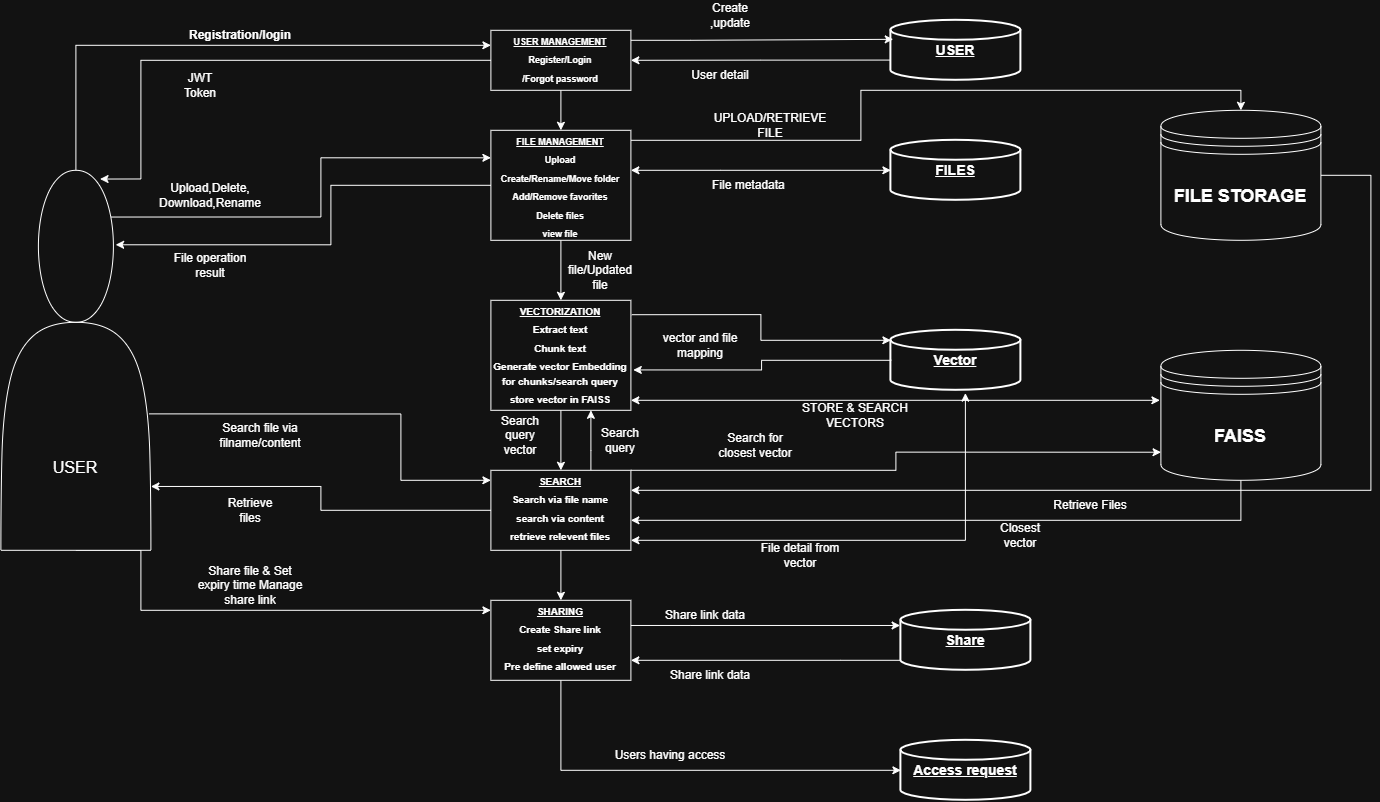
The draw.io diagram Diagrams/DFD.drawio.png in dhruvadrks/FILE_MANAGEMENT, before a commit. Source tidied: cells renumbered, new cells last; positions are measured from the earlier drawing's top-left corner, leaving out a move shared by most shapes.
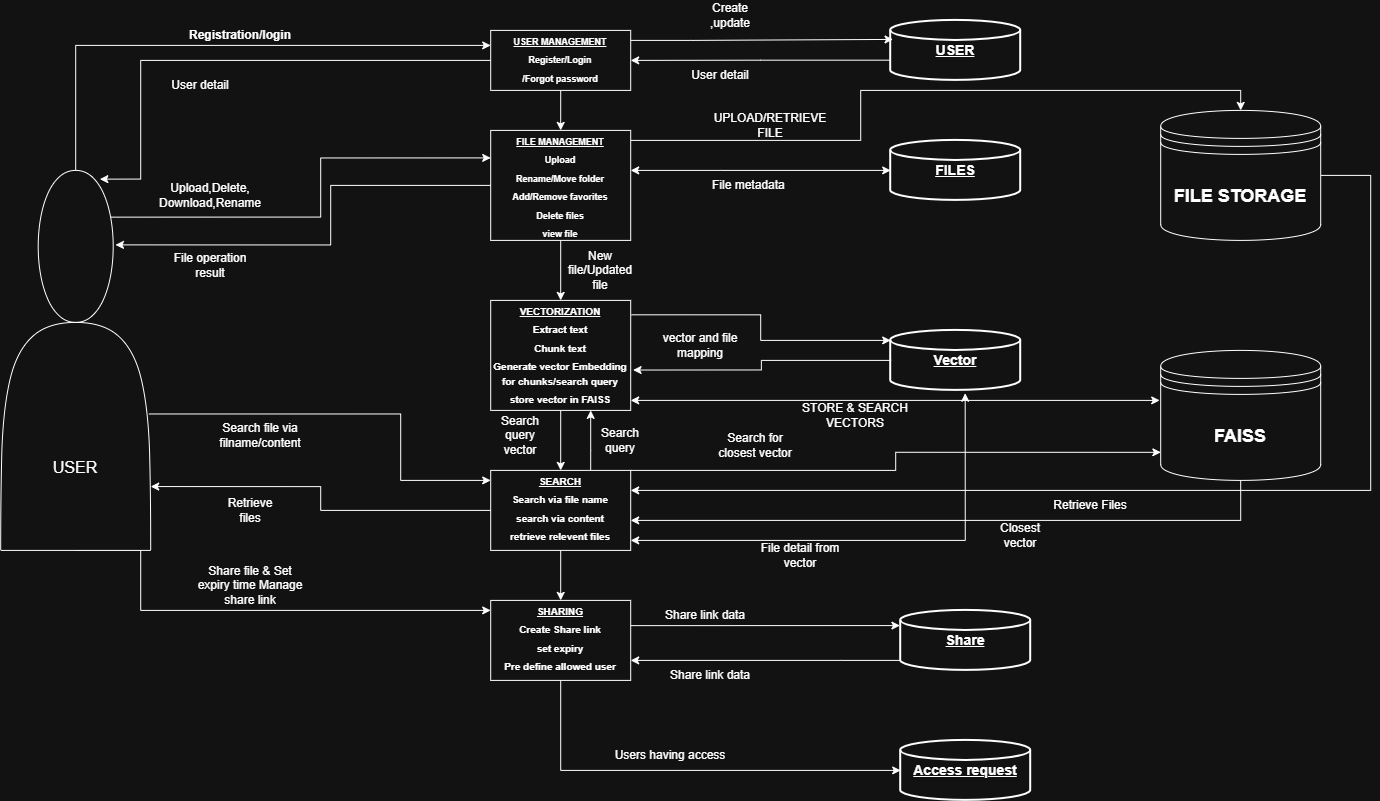
Later version of the same file.

Change to the diagram source:
```diff
@@ -20,7 +20,7 @@
         </Array>
       </mxGeometry>
     </mxCell>
-    <mxCell id="6" value="&lt;p style=&quot;margin:0px;margin-top:4px;text-align:center;&quot;&gt;&lt;b&gt;&lt;font style=&quot;font-size: 9px;&quot;&gt;&lt;u&gt;FILE MANAGEMENT&lt;/u&gt;&lt;/font&gt;&lt;/b&gt;&lt;/p&gt;&lt;p style=&quot;margin:0px;margin-top:4px;text-align:center;&quot;&gt;&lt;b&gt;&lt;font style=&quot;font-size: 9px;&quot;&gt;Upload&lt;/font&gt;&lt;/b&gt;&lt;/p&gt;&lt;p style=&quot;margin:0px;margin-top:4px;text-align:center;&quot;&gt;&lt;b&gt;&lt;font style=&quot;font-size: 9px;&quot;&gt;Create/Rename/Move folder&lt;/font&gt;&lt;/b&gt;&lt;/p&gt;&lt;p style=&quot;margin:0px;margin-top:4px;text-align:center;&quot;&gt;&lt;b&gt;&lt;font style=&quot;font-size: 9px;&quot;&gt;Add/Remove favorites&lt;/font&gt;&lt;/b&gt;&lt;/p&gt;&lt;p style=&quot;margin:0px;margin-top:4px;text-align:center;&quot;&gt;&lt;b&gt;&lt;font style=&quot;font-size: 9px;&quot;&gt;Delete files&lt;/font&gt;&lt;/b&gt;&lt;/p&gt;&lt;p style=&quot;margin:0px;margin-top:4px;text-align:center;&quot;&gt;&lt;b&gt;&lt;font style=&quot;font-size: 9px;&quot;&gt;view file&lt;/font&gt;&lt;/b&gt;&lt;/p&gt;&lt;p style=&quot;margin:0px;margin-top:4px;text-align:center;&quot;&gt;&lt;b&gt;&lt;font style=&quot;font-size: 9px;&quot;&gt;&lt;br&gt;&lt;/font&gt;&lt;/b&gt;&lt;/p&gt;&lt;p style=&quot;margin:0px;margin-top:4px;text-align:center;&quot;&gt;&lt;br&gt;&lt;/p&gt;&lt;p style=&quot;margin:0px;margin-top:4px;text-align:center;&quot;&gt;&lt;br&gt;&lt;/p&gt;&lt;p style=&quot;margin:0px;margin-top:4px;text-align:center;&quot;&gt;&lt;br&gt;&lt;/p&gt;" style="verticalAlign=top;align=left;overflow=fill;html=1;whiteSpace=wrap;" parent="1" vertex="1">
+    <mxCell id="6" value="&lt;p style=&quot;margin:0px;margin-top:4px;text-align:center;&quot;&gt;&lt;b&gt;&lt;font style=&quot;font-size: 9px;&quot;&gt;&lt;u&gt;FILE MANAGEMENT&lt;/u&gt;&lt;/font&gt;&lt;/b&gt;&lt;/p&gt;&lt;p style=&quot;margin:0px;margin-top:4px;text-align:center;&quot;&gt;&lt;b&gt;&lt;font style=&quot;font-size: 9px;&quot;&gt;Upload&lt;/font&gt;&lt;/b&gt;&lt;/p&gt;&lt;p style=&quot;margin:0px;margin-top:4px;text-align:center;&quot;&gt;&lt;b&gt;&lt;font style=&quot;font-size: 9px;&quot;&gt;Rename/Move folder&lt;/font&gt;&lt;/b&gt;&lt;/p&gt;&lt;p style=&quot;margin:0px;margin-top:4px;text-align:center;&quot;&gt;&lt;b&gt;&lt;font style=&quot;font-size: 9px;&quot;&gt;Add/Remove favorites&lt;/font&gt;&lt;/b&gt;&lt;/p&gt;&lt;p style=&quot;margin:0px;margin-top:4px;text-align:center;&quot;&gt;&lt;b&gt;&lt;font style=&quot;font-size: 9px;&quot;&gt;Delete files&lt;/font&gt;&lt;/b&gt;&lt;/p&gt;&lt;p style=&quot;margin:0px;margin-top:4px;text-align:center;&quot;&gt;&lt;b&gt;&lt;font style=&quot;font-size: 9px;&quot;&gt;view file&lt;/font&gt;&lt;/b&gt;&lt;/p&gt;&lt;p style=&quot;margin:0px;margin-top:4px;text-align:center;&quot;&gt;&lt;b&gt;&lt;font style=&quot;font-size: 9px;&quot;&gt;&lt;br&gt;&lt;/font&gt;&lt;/b&gt;&lt;/p&gt;&lt;p style=&quot;margin:0px;margin-top:4px;text-align:center;&quot;&gt;&lt;br&gt;&lt;/p&gt;&lt;p style=&quot;margin:0px;margin-top:4px;text-align:center;&quot;&gt;&lt;br&gt;&lt;/p&gt;&lt;p style=&quot;margin:0px;margin-top:4px;text-align:center;&quot;&gt;&lt;br&gt;&lt;/p&gt;" style="verticalAlign=top;align=left;overflow=fill;html=1;whiteSpace=wrap;" parent="1" vertex="1">
       <mxGeometry x="490" y="130" width="140" height="110" as="geometry" />
     </mxCell>
     <mxCell id="7" style="edgeStyle=orthogonalEdgeStyle;rounded=0;jettySize=auto;html=1;entryX=0.5;entryY=0;entryDx=0;entryDy=0;" parent="1" edge="1" source="8" target="13">
@@ -98,7 +98,7 @@
     <mxCell id="24" value="&lt;b&gt;Registration/login&lt;/b&gt;" style="text;html=1;whiteSpace=wrap;strokeColor=none;fillColor=none;align=center;verticalAlign=middle;rounded=0;" parent="1" vertex="1">
       <mxGeometry x="210" y="20" width="60" height="30" as="geometry" />
     </mxCell>
-    <mxCell id="25" value="JWT Token" style="text;html=1;whiteSpace=wrap;strokeColor=none;fillColor=none;align=center;verticalAlign=middle;rounded=0;" parent="1" vertex="1">
+    <mxCell id="25" value="User detail" style="text;html=1;whiteSpace=wrap;strokeColor=none;fillColor=none;align=center;verticalAlign=middle;rounded=0;" parent="1" vertex="1">
       <mxGeometry x="170" y="70" width="60" height="30" as="geometry" />
     </mxCell>
     <mxCell id="26" value="Upload,Delete,&lt;div&gt;Download,&lt;span style=&quot;background-color: transparent; color: light-dark(rgb(0, 0, 0), rgb(255, 255, 255));&quot;&gt;Rename&lt;/span&gt;&lt;/div&gt;" style="text;html=1;whiteSpace=wrap;strokeColor=none;fillColor=none;align=center;verticalAlign=middle;rounded=0;" parent="1" vertex="1">
```
